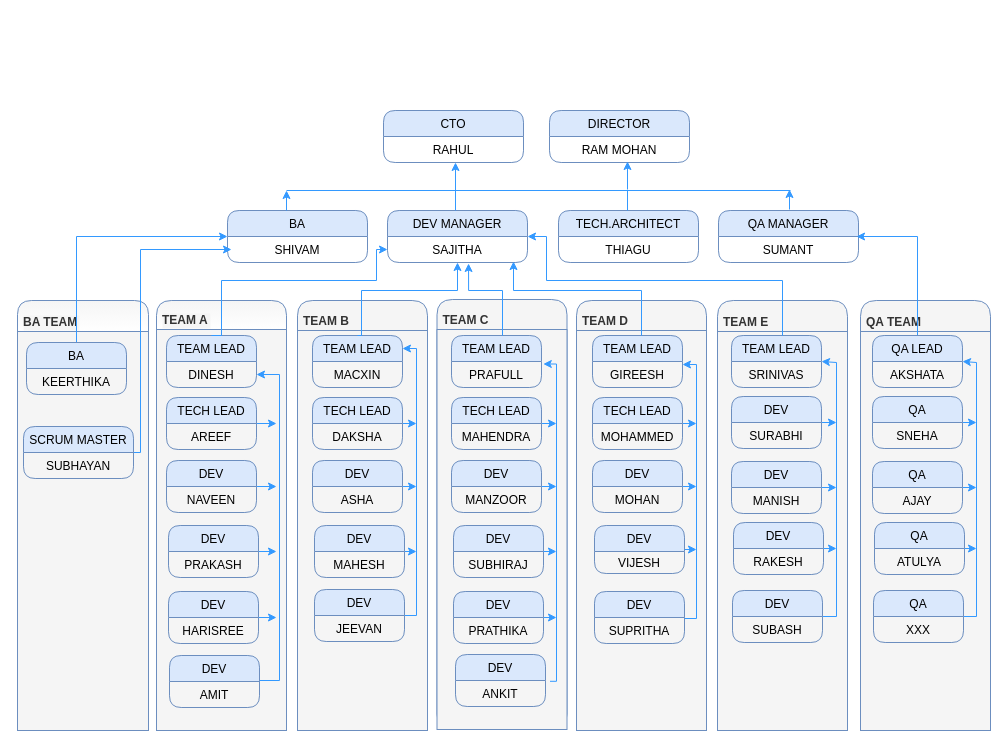
sajithasreejith/Architecture-Diagrams keeps this draw.io diagram as Untitled Diagram.drawio. Above is the earlier version. Source tidied: cells renumbered, new cells numbered last; positions are measured from the earlier drawing's top-left corner, leaving out a move shared by most shapes. Both pictures are drawn from the tidied source at 100%, with x=0, y=0 at pixel (17, 110).
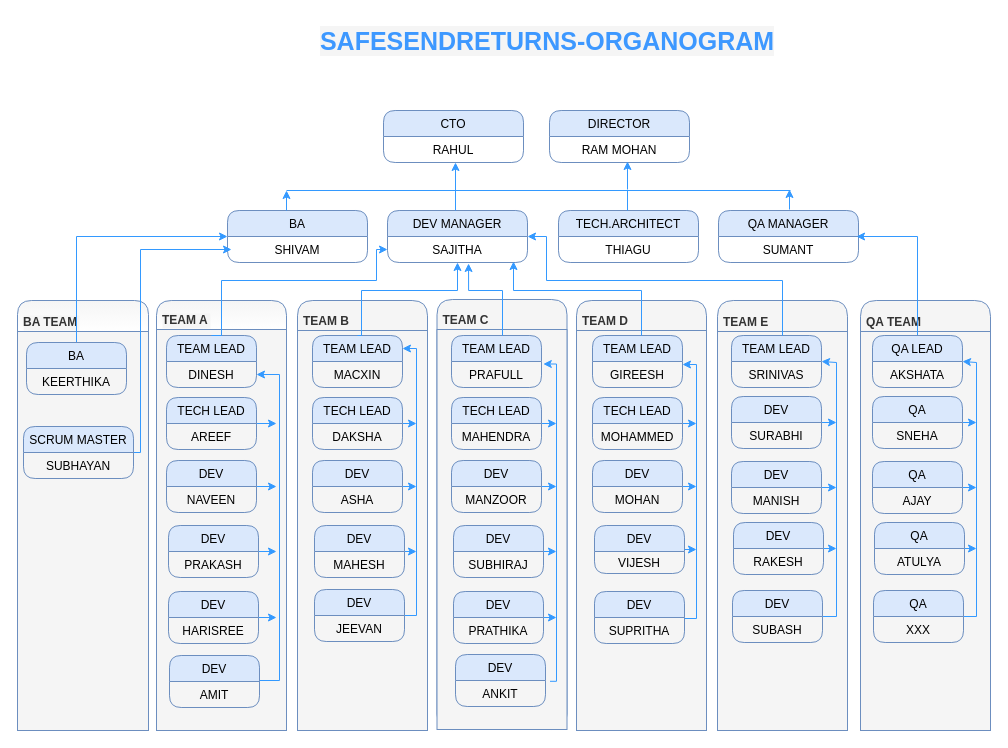
The same page after the edit.

Commit message:
Added ORG CHART Diagram.drawio

Diff of the diagram source:
```diff
@@
+    <mxCell id="137" value="SAFESENDRETURNS-ORGANOGRAM" style="text;html=1;strokeColor=none;fillColor=none;align=center;verticalAlign=middle;whiteSpace=wrap;rounded=0;shadow=0;glass=0;comic=0;labelBackgroundColor=#F5F5F5;fontSize=25;fontColor=#3D98FF;fontStyle=1;" parent="1" vertex="1">
+      <mxGeometry x="295" y="-93.5" width="470" height="46" as="geometry" />
+    </mxCell>
```
